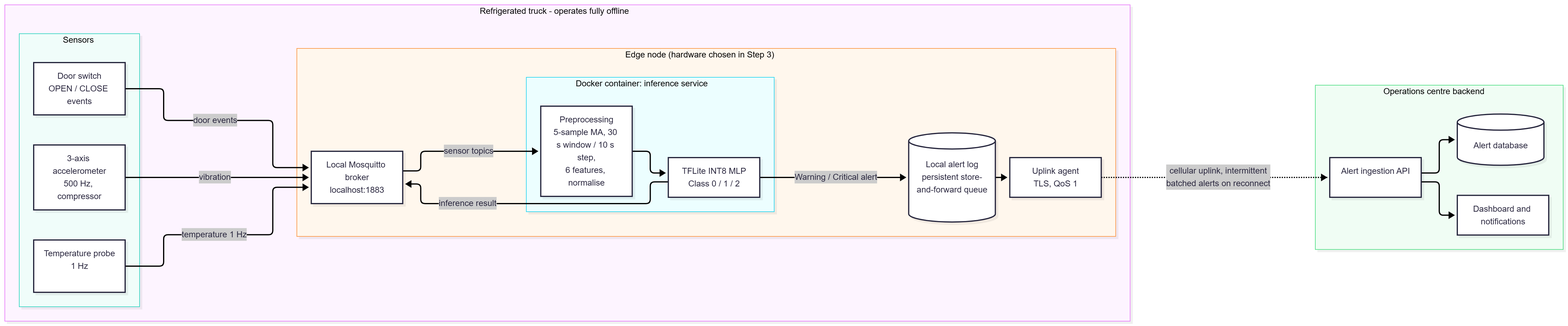
The Mermaid diagram scenario_architecture/system_architecture.png in santosh-2025ae05680/logibridge, before a commit. Its source is kept beside it as scenario_architecture/system_architecture.mmd. The source it was exported from:
```mermaid
flowchart LR
  subgraph TRUCK["Refrigerated truck - operates fully offline"]
    direction LR
    subgraph SENS["Sensors"]
      T["Temperature probe<br/>1 Hz"]
      V["3-axis accelerometer<br/>500 Hz, compressor"]
      D["Door switch<br/>OPEN / CLOSE events"]
    end
    subgraph EDGE["Edge node (hardware chosen in Step 3)"]
      direction TB
      B["Local Mosquitto broker<br/>localhost:1883"]
      subgraph C["Docker container: inference service"]
        direction TB
        P["Preprocessing<br/>5-sample MA, 30 s window / 10 s step,<br/>6 features, normalise"]
        M["TFLite INT8 MLP<br/>Class 0 / 1 / 2"]
        P --> M
      end
      L[("Local alert log<br/>persistent store-and-forward queue")]
      U["Uplink agent<br/>TLS, QoS 1"]
      B -->|"sensor topics"| P
      M -->|"inference result"| B
      M -->|"Warning / Critical alert"| L
      L --> U
    end
    T -->|"temperature 1 Hz"| B
    V -->|"vibration"| B
    D -->|"door events"| B
  end
  U -.->|"cellular uplink, intermittent<br/>batched alerts on reconnect"| API
  subgraph OPS["Operations centre backend"]
    API["Alert ingestion API"]
    DB[("Alert database")]
    DASH["Dashboard and notifications"]
    API --> DB
    API --> DASH
  end
```
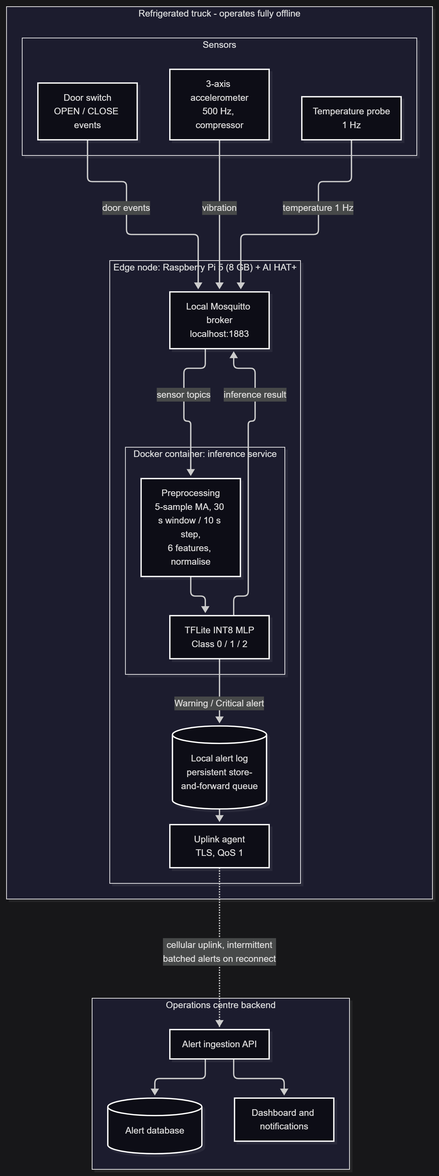
After the change.

Commit message:
Step 3: hardware selection and roofline analysis

The edit, as a diff of the source:
```diff
@@ -1,4 +1,4 @@
-flowchart LR
+flowchart TB
   subgraph TRUCK["Refrigerated truck - operates fully offline"]
     direction LR
     subgraph SENS["Sensors"]
@@ -6,7 +6,7 @@
       V["3-axis accelerometer<br/>500 Hz, compressor"]
       D["Door switch<br/>OPEN / CLOSE events"]
     end
-    subgraph EDGE["Edge node (hardware chosen in Step 3)"]
+    subgraph EDGE["Edge node: Raspberry Pi 5 (8 GB) + AI HAT+"]
       direction TB
       B["Local Mosquitto broker<br/>localhost:1883"]
       subgraph C["Docker container: inference service"]
```
